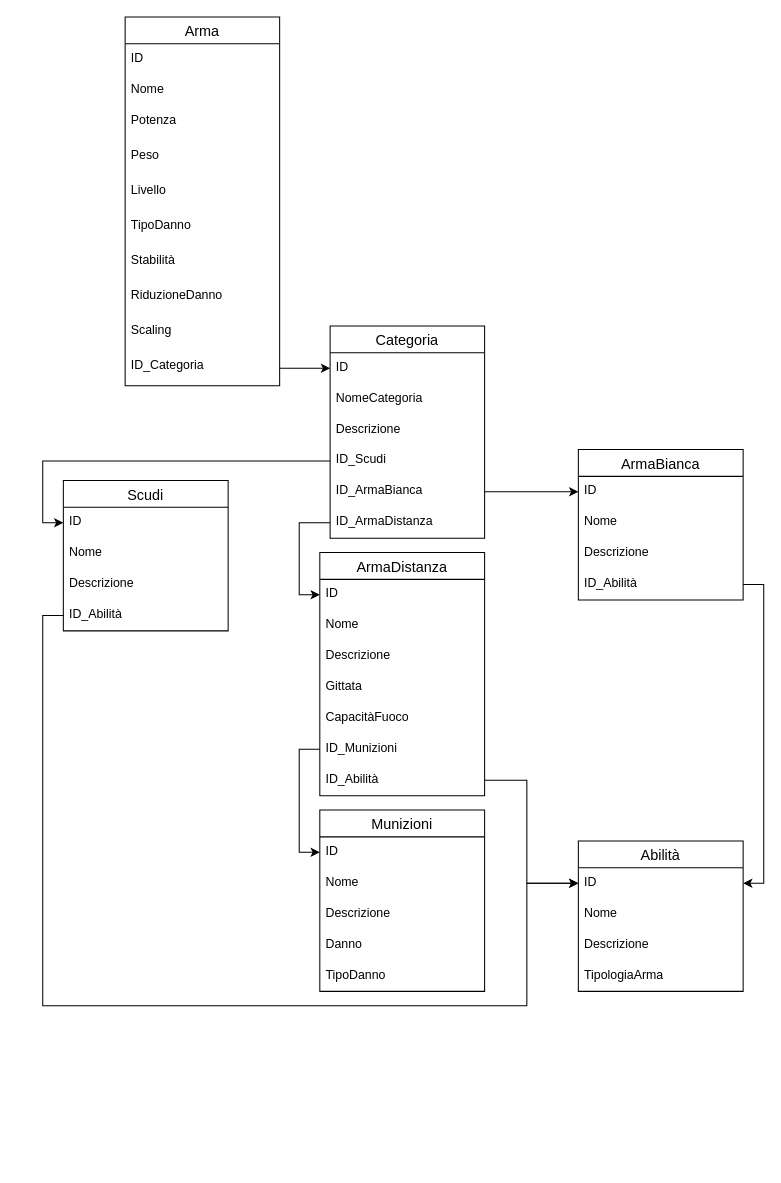
Before: page "DIAGRAMMA LOGICO" (2 of 2) of resources/DIAGRAMMA_ARMI.drawio in mauromado/CatalogoSpade, a draw.io diagram. Source tidied: cells renumbered, new cells numbered last; positions are measured from the earlier drawing's top-left corner, leaving out a move shared by most shapes. Both pictures are drawn from the tidied source at 103%, with x=0, y=0 at pixel (42, 16).
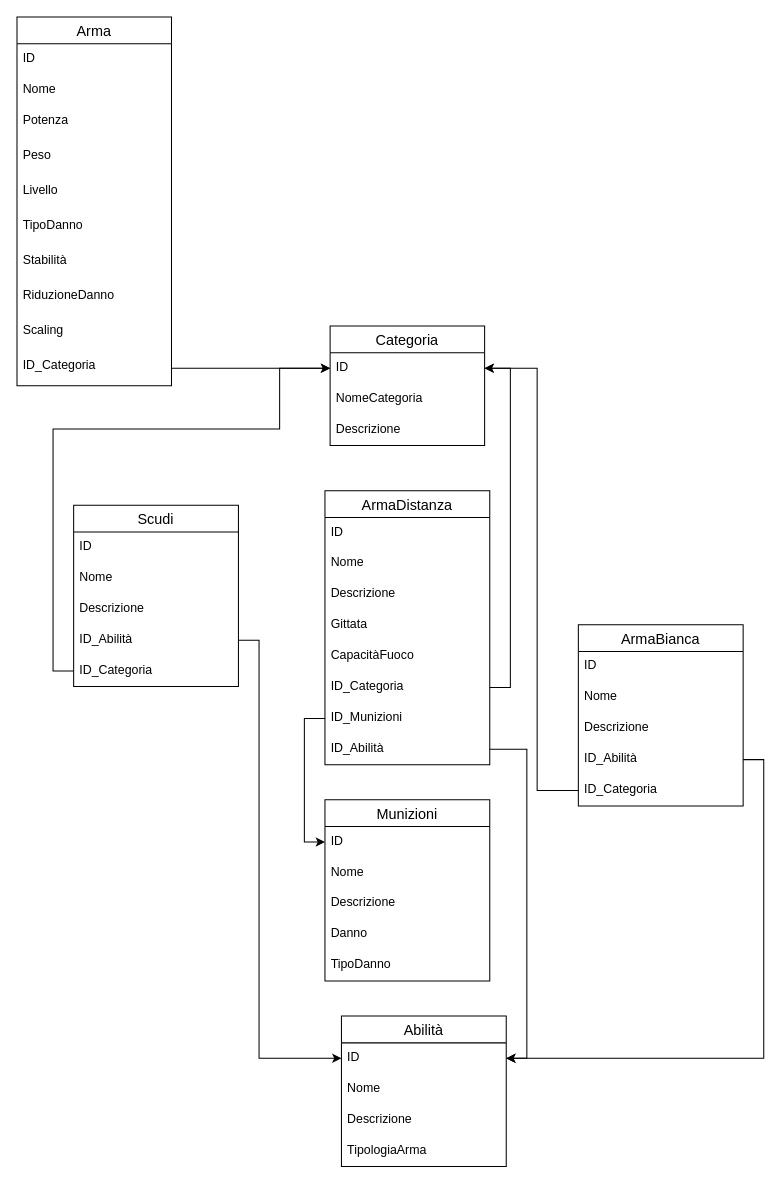
The same page after the edit.

Commit message:
modificato il modello logico e corrette cardinalita'

The change refers to these unchanged cells:
```xml
<mxCell id="14" value="ID" style="text;strokeColor=none;fillColor=none;spacingLeft=4;spacingRight=4;overflow=hidden;points=[[0,0.5],[1,0.5]];portConstraint=eastwest;fontSize=12;" parent="13" vertex="1">
  <mxGeometry y="26" width="150" height="30" as="geometry" />
</mxCell>
<mxCell id="22" value="ID" style="text;strokeColor=none;fillColor=none;spacingLeft=4;spacingRight=4;overflow=hidden;points=[[0,0.5],[1,0.5]];portConstraint=eastwest;fontSize=12;" parent="21" vertex="1">
  <mxGeometry y="26" width="160" height="30" as="geometry" />
</mxCell>
<mxCell id="25" value="ID_Abilità" style="text;strokeColor=none;fillColor=none;spacingLeft=4;spacingRight=4;overflow=hidden;points=[[0,0.5],[1,0.5]];portConstraint=eastwest;fontSize=12;" parent="21" vertex="1">
  <mxGeometry y="116" width="160" height="30" as="geometry" />
</mxCell>
<mxCell id="27" value="ID" style="text;strokeColor=none;fillColor=none;spacingLeft=4;spacingRight=4;overflow=hidden;points=[[0,0.5],[1,0.5]];portConstraint=eastwest;fontSize=12;" parent="26" vertex="1">
  <mxGeometry y="26" width="160" height="30" as="geometry" />
</mxCell>
<mxCell id="30" value="ID_Abilità" style="text;strokeColor=none;fillColor=none;spacingLeft=4;spacingRight=4;overflow=hidden;points=[[0,0.5],[1,0.5]];portConstraint=eastwest;fontSize=12;" parent="26" vertex="1">
  <mxGeometry y="116" width="160" height="30" as="geometry" />
</mxCell>
<mxCell id="34" value="ID" style="text;strokeColor=none;fillColor=none;spacingLeft=4;spacingRight=4;overflow=hidden;points=[[0,0.5],[1,0.5]];portConstraint=eastwest;fontSize=12;" parent="33" vertex="1">
  <mxGeometry y="26" width="160" height="30" as="geometry" />
</mxCell>
<mxCell id="50" value="ID" style="text;strokeColor=none;fillColor=none;spacingLeft=4;spacingRight=4;overflow=hidden;points=[[0,0.5],[1,0.5]];portConstraint=eastwest;fontSize=12;" parent="49" vertex="1">
  <mxGeometry y="26" width="160" height="30" as="geometry" />
</mxCell>
```

Change to the diagram source:
```diff
@@
     <mxCell id="2" value="Arma" style="swimlane;fontStyle=0;horizontal=1;startSize=26;align=center;fontSize=14;" parent="1" vertex="1">
-      <mxGeometry x="80" width="150" height="358" as="geometry" />
+      <mxGeometry x="-25" width="150" height="358" as="geometry" />
     </mxCell>
@@
     <mxCell id="13" value="Categoria" style="swimlane;fontStyle=0;horizontal=1;startSize=26;align=center;fontSize=14;" parent="1" vertex="1">
-      <mxGeometry x="279" y="300" width="150" height="206" as="geometry" />
+      <mxGeometry x="279" y="300" width="150" height="116" as="geometry" />
     </mxCell>
@@
-    <mxCell id="17" value="ID_Scudi" style="text;strokeColor=none;fillColor=none;spacingLeft=4;spacingRight=4;overflow=hidden;points=[[0,0.5],[1,0.5]];portConstraint=eastwest;fontSize=12;" parent="13" vertex="1">
-      <mxGeometry y="116" width="150" height="30" as="geometry" />
-    </mxCell>
-    <mxCell id="18" value="ID_ArmaBianca" style="text;strokeColor=none;fillColor=none;spacingLeft=4;spacingRight=4;overflow=hidden;points=[[0,0.5],[1,0.5]];portConstraint=eastwest;fontSize=12;" parent="13" vertex="1">
-      <mxGeometry y="146" width="150" height="30" as="geometry" />
-    </mxCell>
-    <mxCell id="19" value="ID_ArmaDistanza" style="text;strokeColor=none;fillColor=none;spacingLeft=4;spacingRight=4;overflow=hidden;points=[[0,0.5],[1,0.5]];portConstraint=eastwest;fontSize=12;" parent="13" vertex="1">
-      <mxGeometry y="176" width="150" height="30" as="geometry" />
-    </mxCell>
@@
     <mxCell id="21" value="Scudi" style="swimlane;fontStyle=0;horizontal=1;startSize=26;align=center;fontSize=14;" parent="1" vertex="1">
-      <mxGeometry x="20" y="450" width="160" height="146" as="geometry" />
+      <mxGeometry x="30" y="474" width="160" height="176" as="geometry" />
     </mxCell>
@@
+    <mxCell id="57" value="ID_Categoria" style="text;strokeColor=none;fillColor=none;spacingLeft=4;spacingRight=4;overflow=hidden;points=[[0,0.5],[1,0.5]];portConstraint=eastwest;fontSize=12;" parent="21" vertex="1">
+      <mxGeometry y="146" width="160" height="30" as="geometry" />
+    </mxCell>
     <mxCell id="26" value="ArmaBianca" style="swimlane;fontStyle=0;horizontal=1;startSize=26;align=center;fontSize=14;" parent="1" vertex="1">
-      <mxGeometry x="520" y="420" width="160" height="146" as="geometry" />
+      <mxGeometry x="520" y="590" width="160" height="176" as="geometry" />
     </mxCell>
@@
-    <mxCell id="31" style="edgeStyle=orthogonalEdgeStyle;rounded=0;jettySize=auto;html=1;entryX=0;entryY=0.5;entryDx=0;entryDy=0;" parent="1" edge="1" source="17" target="22">
-      <mxGeometry relative="1" as="geometry" />
-    </mxCell>
-    <mxCell id="32" style="edgeStyle=orthogonalEdgeStyle;rounded=0;jettySize=auto;html=1;entryX=0;entryY=0.5;entryDx=0;entryDy=0;" parent="1" edge="1" source="18" target="27">
-      <mxGeometry relative="1" as="geometry" />
-    </mxCell>
+    <mxCell id="58" value="ID_Categoria" style="text;strokeColor=none;fillColor=none;spacingLeft=4;spacingRight=4;overflow=hidden;points=[[0,0.5],[1,0.5]];portConstraint=eastwest;fontSize=12;" parent="26" vertex="1">
+      <mxGeometry y="146" width="160" height="30" as="geometry" />
+    </mxCell>
     <mxCell id="33" value="ArmaDistanza" style="swimlane;fontStyle=0;horizontal=1;startSize=26;align=center;fontSize=14;" parent="1" vertex="1">
-      <mxGeometry x="269" y="520" width="160" height="236" as="geometry" />
+      <mxGeometry x="274" y="460" width="160" height="266" as="geometry" />
     </mxCell>
@@
+    <mxCell id="59" value="ID_Categoria" style="text;strokeColor=none;fillColor=none;spacingLeft=4;spacingRight=4;overflow=hidden;points=[[0,0.5],[1,0.5]];portConstraint=eastwest;fontSize=12;" parent="33" vertex="1">
+      <mxGeometry y="176" width="160" height="30" as="geometry" />
+    </mxCell>
     <mxCell id="39" value="ID_Munizioni" style="text;strokeColor=none;fillColor=none;spacingLeft=4;spacingRight=4;overflow=hidden;points=[[0,0.5],[1,0.5]];portConstraint=eastwest;fontSize=12;" parent="33" vertex="1">
-      <mxGeometry y="176" width="160" height="30" as="geometry" />
+      <mxGeometry y="206" width="160" height="30" as="geometry" />
     </mxCell>
     <mxCell id="40" value="ID_Abilità" style="text;strokeColor=none;fillColor=none;spacingLeft=4;spacingRight=4;overflow=hidden;points=[[0,0.5],[1,0.5]];portConstraint=eastwest;fontSize=12;" parent="33" vertex="1">
-      <mxGeometry y="206" width="160" height="30" as="geometry" />
+      <mxGeometry y="236" width="160" height="30" as="geometry" />
     </mxCell>
-    <mxCell id="41" style="edgeStyle=orthogonalEdgeStyle;rounded=0;jettySize=auto;html=1;entryX=0;entryY=0.5;entryDx=0;entryDy=0;exitX=0;exitY=0.5;exitDx=0;exitDy=0;" parent="1" edge="1" source="19" target="34">
-      <mxGeometry relative="1" as="geometry" />
-    </mxCell>
     <mxCell id="42" value="Munizioni" style="swimlane;fontStyle=0;horizontal=1;startSize=26;align=center;fontSize=14;" parent="1" vertex="1">
-      <mxGeometry x="269" y="770" width="160" height="176" as="geometry" />
+      <mxGeometry x="274" y="760" width="160" height="176" as="geometry" />
     </mxCell>
@@
     <mxCell id="49" value="Abilità" style="swimlane;fontStyle=0;horizontal=1;startSize=26;align=center;fontSize=14;" parent="1" vertex="1">
-      <mxGeometry x="520" y="800" width="160" height="146" as="geometry" />
+      <mxGeometry x="290" y="970" width="160" height="146" as="geometry" />
     </mxCell>
@@
+    <mxCell id="56" style="edgeStyle=orthogonalEdgeStyle;rounded=0;jettySize=auto;html=1;exitX=1;exitY=0.5;exitDx=0;exitDy=0;entryX=0;entryY=0.5;entryDx=0;entryDy=0;" parent="1" edge="1" source="25" target="50">
+      <mxGeometry relative="1" as="geometry">
+        <Array as="points">
+          <mxPoint x="210" y="605" />
+          <mxPoint x="210" y="1011" />
+        </Array>
+      </mxGeometry>
+    </mxCell>
+    <mxCell id="55" style="edgeStyle=orthogonalEdgeStyle;rounded=0;jettySize=auto;html=1;exitX=1;exitY=0.5;exitDx=0;exitDy=0;entryX=1;entryY=0.5;entryDx=0;entryDy=0;" parent="1" edge="1" source="40" target="50">
+      <mxGeometry relative="1" as="geometry" />
+    </mxCell>
-    <mxCell id="54" style="edgeStyle=orthogonalEdgeStyle;rounded=0;jettySize=auto;html=1;entryX=1;entryY=0.5;entryDx=0;entryDy=0;exitX=1;exitY=0.5;exitDx=0;exitDy=0;" parent="1" edge="1" source="30" target="50">
+    <mxCell id="54" style="edgeStyle=orthogonalEdgeStyle;rounded=0;jettySize=auto;html=1;exitX=1;exitY=0.5;exitDx=0;exitDy=0;entryX=1;entryY=0.5;entryDx=0;entryDy=0;" parent="1" edge="1" source="30" target="50">
       <mxGeometry relative="1" as="geometry" />
     </mxCell>
-    <mxCell id="55" style="edgeStyle=orthogonalEdgeStyle;rounded=0;jettySize=auto;html=1;entryX=0;entryY=0.5;entryDx=0;entryDy=0;" parent="1" edge="1" source="40" target="50">
-      <mxGeometry relative="1" as="geometry">
-        <Array as="points">
-          <mxPoint x="470" y="741" />
-          <mxPoint x="470" y="841" />
-        </Array>
-      </mxGeometry>
-    </mxCell>
-    <mxCell id="56" style="edgeStyle=orthogonalEdgeStyle;rounded=0;jettySize=auto;html=1;exitX=0;exitY=0.5;exitDx=0;exitDy=0;entryX=0;entryY=0.5;entryDx=0;entryDy=0;" parent="1" edge="1" source="25" target="50">
-      <mxGeometry relative="1" as="geometry">
-        <Array as="points">
-          <mxPoint y="581" />
-          <mxPoint y="960" />
-          <mxPoint x="470" y="960" />
-          <mxPoint x="470" y="841" />
-        </Array>
-      </mxGeometry>
-    </mxCell>
+    <mxCell id="60" style="edgeStyle=orthogonalEdgeStyle;rounded=0;jettySize=auto;html=1;exitX=0;exitY=0.5;exitDx=0;exitDy=0;entryX=0;entryY=0.5;entryDx=0;entryDy=0;" parent="1" edge="1" source="57" target="14">
+      <mxGeometry relative="1" as="geometry">
+        <Array as="points">
+          <mxPoint x="10" y="635" />
+          <mxPoint x="10" y="400" />
+          <mxPoint x="230" y="400" />
+          <mxPoint x="230" y="341" />
+        </Array>
+      </mxGeometry>
+    </mxCell>
+    <mxCell id="61" style="edgeStyle=orthogonalEdgeStyle;rounded=0;jettySize=auto;html=1;exitX=1;exitY=0.5;exitDx=0;exitDy=0;entryX=1;entryY=0.5;entryDx=0;entryDy=0;" parent="1" edge="1" source="59" target="14">
+      <mxGeometry relative="1" as="geometry" />
+    </mxCell>
+    <mxCell id="62" style="edgeStyle=orthogonalEdgeStyle;rounded=0;jettySize=auto;html=1;exitX=0;exitY=0.5;exitDx=0;exitDy=0;entryX=1;entryY=0.5;entryDx=0;entryDy=0;" parent="1" edge="1" source="58" target="14">
+      <mxGeometry relative="1" as="geometry">
+        <Array as="points">
+          <mxPoint x="480" y="751" />
+          <mxPoint x="480" y="341" />
+        </Array>
+      </mxGeometry>
+    </mxCell>
```
